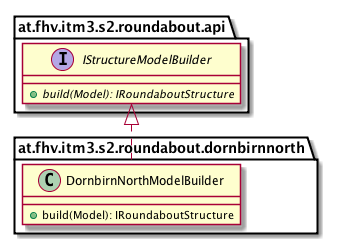
Before: images/uml-class/at.fhv.itm3.s2.roundabout.dornbirnnorth.package.png, a diagram exported from PlantUML (Oxydation/RoundaboutDornbirnNorth).
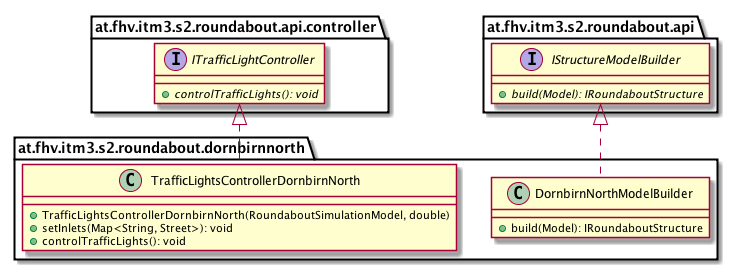
Above is the later version.

Commit message:
traffic light controller

What changed in the source:
```diff
@@ -2,9 +2,20 @@
 
     namespace at.fhv.itm3.s2.roundabout.dornbirnnorth {
 
+        class TrafficLightsControllerDornbirnNorth [[../../../../../at/fhv/itm3/s2/roundabout/dornbirnnorth/TrafficLightsControllerDornbirnNorth.html]] {
+            +TrafficLightsControllerDornbirnNorth(RoundaboutSimulationModel, double)
+            +setInlets(Map<String, Street>): void
+            +controlTrafficLights(): void
+        }
+
         class DornbirnNorthModelBuilder [[../../../../../at/fhv/itm3/s2/roundabout/dornbirnnorth/DornbirnNorthModelBuilder.html]] {
             +build(Model): IRoundaboutStructure
         }
+
+        interface at.fhv.itm3.s2.roundabout.api.controller.ITrafficLightController {
+            {abstract} +controlTrafficLights(): void
+        }
+        at.fhv.itm3.s2.roundabout.api.controller.ITrafficLightController <|.. TrafficLightsControllerDornbirnNorth
 
         interface at.fhv.itm3.s2.roundabout.api.IStructureModelBuilder {
             {abstract} +build(Model): IRoundaboutStructure
```
